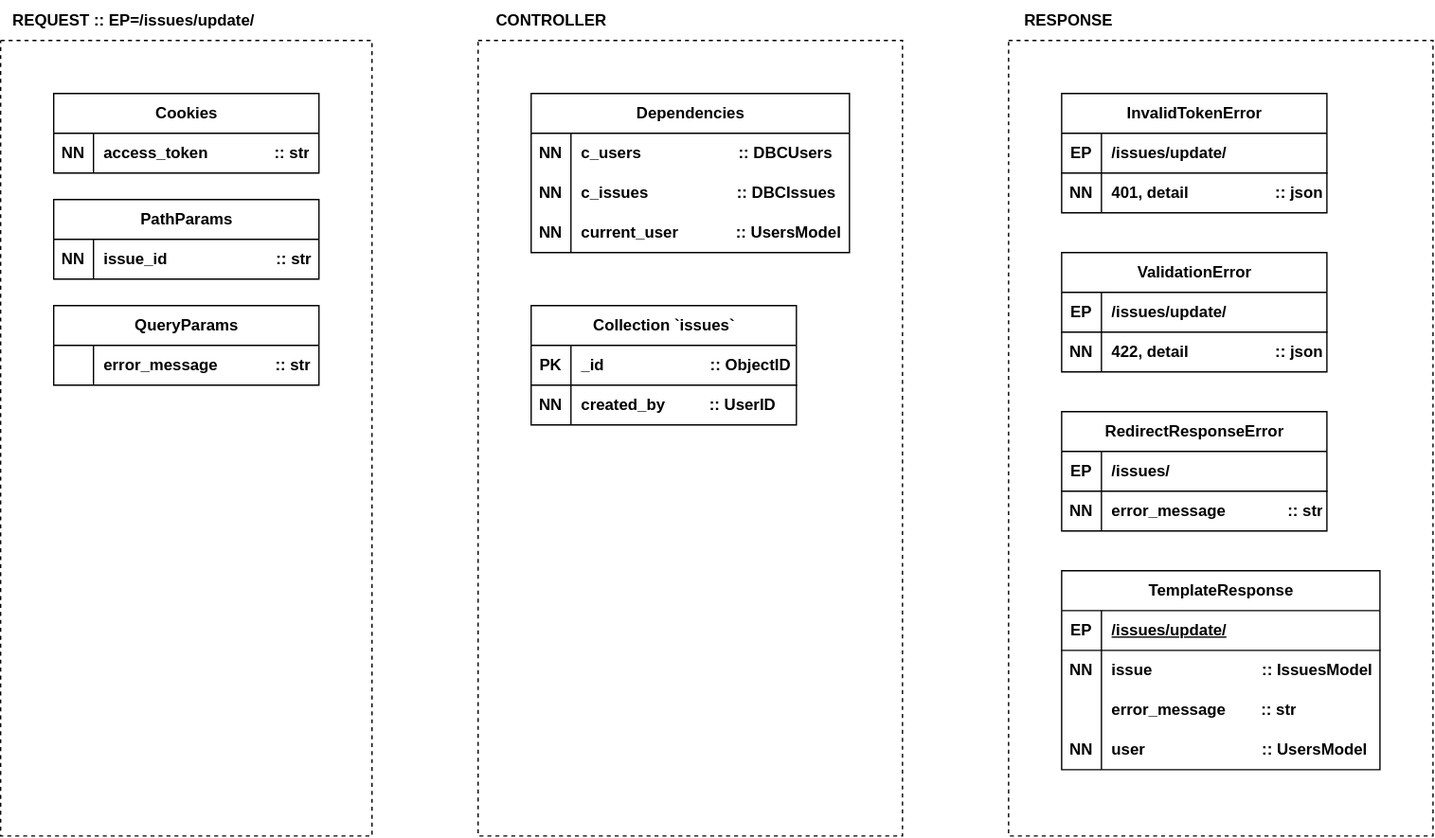
Before: contributors/issues/update/get/Diagram-Update-GET.drawio.svg, a diagram exported from draw.io (ames0k0/Ticket). Source tidied: cells renumbered, new cells last; positions are measured from the earlier drawing's top-left corner, leaving out a move shared by most shapes.
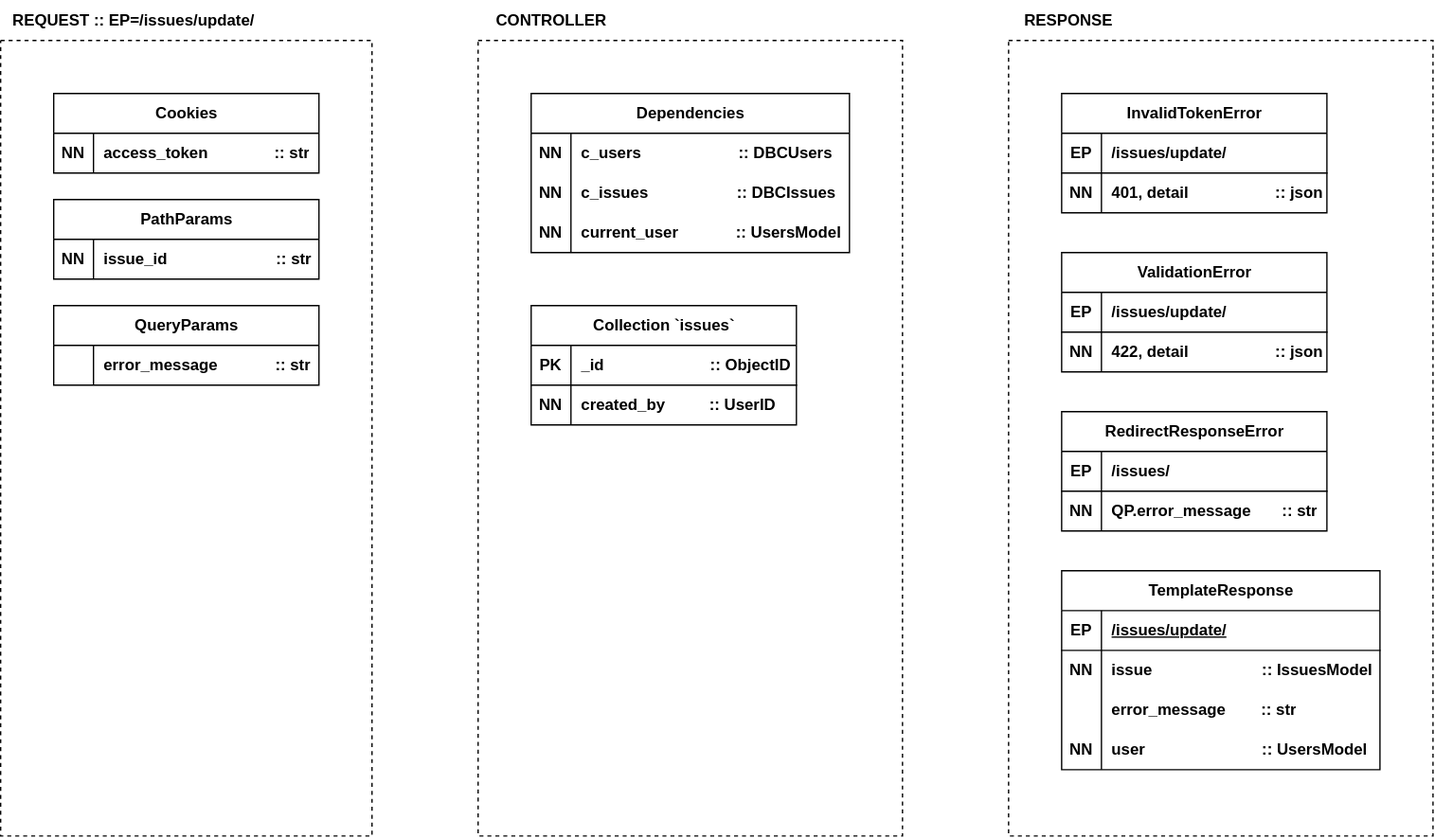
The same diagram one commit later.

Change to the diagram source:
```diff
@@ -53,7 +53,7 @@
     <mxCell id="18" value="&lt;b&gt;NN&lt;/b&gt;" style="shape=partialRectangle;fillColor=none;top=0;left=0;bottom=0;right=0;overflow=hidden;whiteSpace=wrap;html=1;" parent="17" vertex="1">
       <mxGeometry width="30" height="30" as="geometry" />
     </mxCell>
-    <mxCell id="19" value="error_message&amp;nbsp;&amp;nbsp;&amp;nbsp;&amp;nbsp; &amp;nbsp; &amp;nbsp; &amp;nbsp; &amp;nbsp; &amp;nbsp;:: &lt;span&gt;str&lt;/span&gt;" style="shape=partialRectangle;fillColor=none;top=0;left=0;bottom=0;right=0;align=left;spacingLeft=6;overflow=hidden;whiteSpace=wrap;html=1;fontStyle=1;" parent="17" vertex="1">
+    <mxCell id="19" value="QP.error_message&amp;nbsp; &amp;nbsp; &amp;nbsp; &amp;nbsp;:: &lt;span&gt;str&lt;/span&gt;" style="shape=partialRectangle;fillColor=none;top=0;left=0;bottom=0;right=0;align=left;spacingLeft=6;overflow=hidden;whiteSpace=wrap;html=1;fontStyle=1;" parent="17" vertex="1">
       <mxGeometry x="30" width="170" height="30" as="geometry" />
     </mxCell>
     <mxCell id="20" value="TemplateResponse" style="shape=table;startSize=30;rowLines=0;fontStyle=1;align=center;html=1;" parent="1" vertex="1">
```
